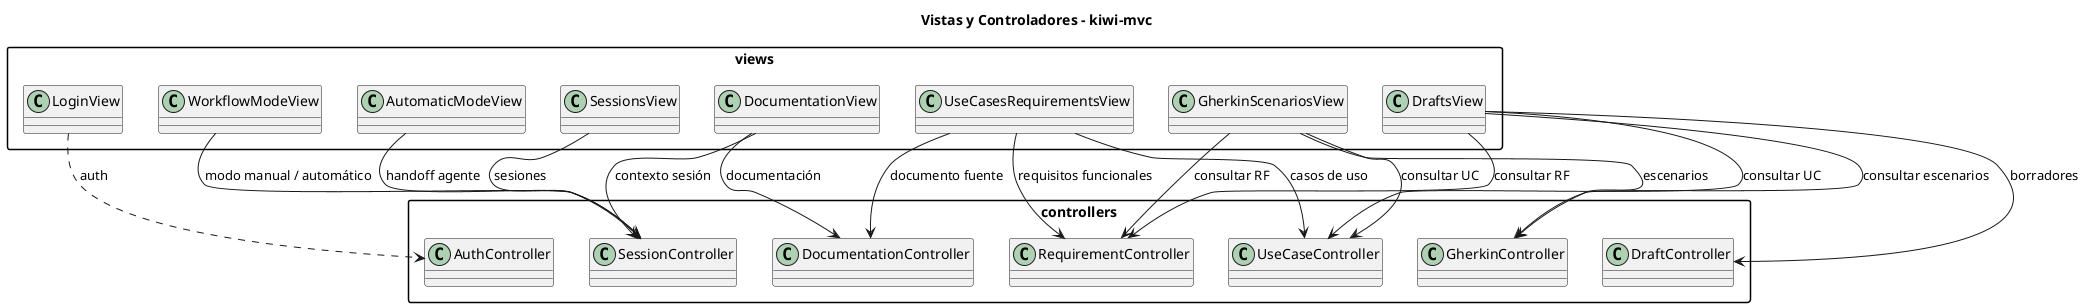
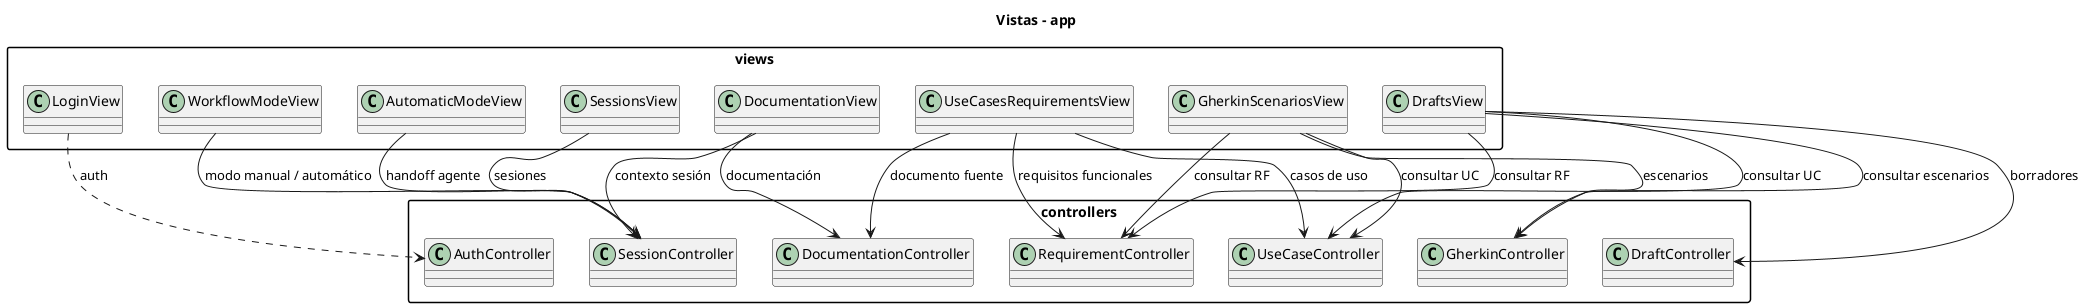
@startuml
skinparam packageStyle rectangle
skinparam shadowing false
skinparam classAttributeIconSize 0

- title Vistas y Controladores - kiwi-mvc
+ title Vistas - app

package "views" {

  class LoginView
  class SessionsView
  class DocumentationView
  class WorkflowModeView
  class UseCasesRequirementsView
  class GherkinScenariosView
  class DraftsView
  class AutomaticModeView
}

package "controllers" {

  class AuthController
  class SessionController
  class DocumentationController
  class UseCaseController
  class RequirementController
  class GherkinController
  class DraftController
}

LoginView ..> AuthController : auth

SessionsView --> SessionController : sesiones

DocumentationView --> DocumentationController : documentación
DocumentationView --> SessionController : contexto sesión

WorkflowModeView --> SessionController : modo manual / automático

UseCasesRequirementsView --> UseCaseController : casos de uso
UseCasesRequirementsView --> RequirementController : requisitos funcionales
UseCasesRequirementsView --> DocumentationController : documento fuente

GherkinScenariosView --> GherkinController : escenarios
GherkinScenariosView --> UseCaseController : consultar UC
GherkinScenariosView --> RequirementController : consultar RF

DraftsView --> DraftController : borradores
DraftsView --> UseCaseController : consultar UC
DraftsView --> RequirementController : consultar RF
DraftsView --> GherkinController : consultar escenarios

AutomaticModeView --> SessionController : handoff agente

@enduml
